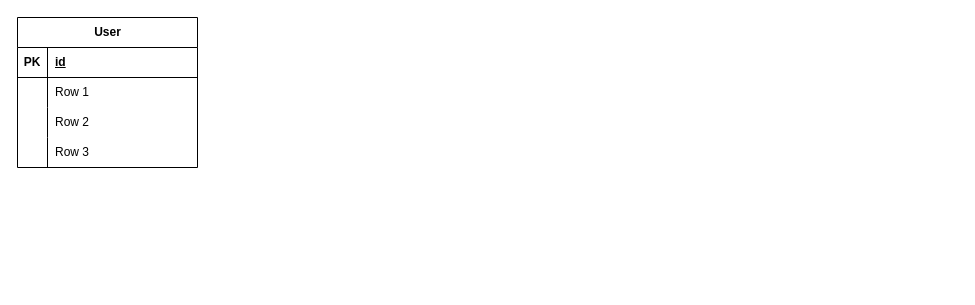
The draw.io diagram backend/blockix-db.drawio in Tamirlan7/blockix-minecraft, before the edit. Source tidied: cells renumbered, new cells numbered last; positions are measured from the earlier drawing's top-left corner, leaving out a move shared by most shapes. Both pictures are drawn from the tidied source at 100%, with x=0, y=0 at pixel (17, 17).
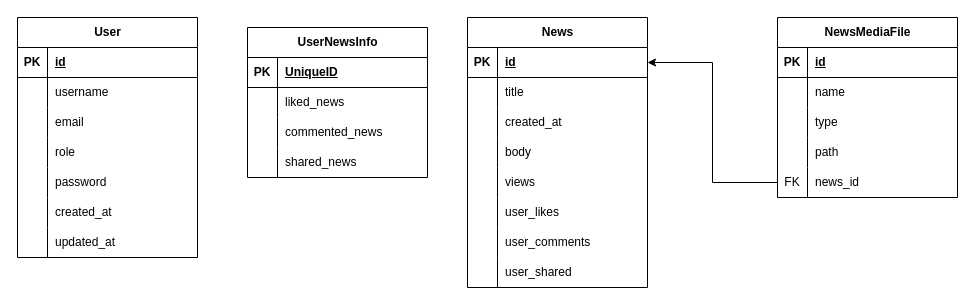
The same page after the edit.

Commit message (it also covers changes not shown here):
news section developing #2 {backend update}

Unchanged cells that the change refers to:
```xml
<mxCell id="6" style="shape=tableRow;horizontal=0;startSize=0;swimlaneHead=0;swimlaneBody=0;fillColor=none;top=0;left=0;right=0;bottom=0;" parent="2" vertex="1">
  <mxGeometry y="60" width="180" height="30" as="geometry" />
</mxCell>
<mxCell id="9" style="shape=tableRow;horizontal=0;startSize=0;swimlaneHead=0;swimlaneBody=0;fillColor=none;top=0;left=0;right=0;bottom=0;" parent="2" vertex="1">
  <mxGeometry y="90" width="180" height="30" as="geometry" />
</mxCell>
<mxCell id="12" style="shape=tableRow;horizontal=0;startSize=0;swimlaneHead=0;swimlaneBody=0;fillColor=none;top=0;left=0;right=0;bottom=0;" parent="2" vertex="1">
  <mxGeometry y="120" width="180" height="30" as="geometry" />
</mxCell>
```

What changed in the source:
```diff
@@
     <mxCell id="2" value="User" style="shape=table;startSize=30;childLayout=tableLayout;rowLines=0;fontStyle=1;align=center;html=1;" parent="1" vertex="1">
-      <mxGeometry width="180" height="150" as="geometry" />
+      <mxGeometry width="180" height="240" as="geometry" />
     </mxCell>
@@
-    <mxCell id="8" value="Row 1" style="shape=partialRectangle;fillColor=none;top=0;left=0;bottom=0;right=0;align=left;spacingLeft=6;overflow=hidden;whiteSpace=wrap;html=1;" parent="6" vertex="1">
+    <mxCell id="8" value="username&lt;span style=&quot;white-space: pre;&quot;&gt;&#9;&lt;/span&gt;" style="shape=partialRectangle;fillColor=none;top=0;left=0;bottom=0;right=0;align=left;spacingLeft=6;overflow=hidden;whiteSpace=wrap;html=1;" parent="6" vertex="1">
       <mxGeometry x="30" width="150" height="30" as="geometry" />
     </mxCell>
@@
-    <mxCell id="11" value="Row 2" style="shape=partialRectangle;fillColor=none;top=0;left=0;bottom=0;right=0;align=left;spacingLeft=6;overflow=hidden;whiteSpace=wrap;html=1;" parent="9" vertex="1">
+    <mxCell id="11" value="email" style="shape=partialRectangle;fillColor=none;top=0;left=0;bottom=0;right=0;align=left;spacingLeft=6;overflow=hidden;whiteSpace=wrap;html=1;" parent="9" vertex="1">
       <mxGeometry x="30" width="150" height="30" as="geometry" />
     </mxCell>
@@
-    <mxCell id="14" value="Row 3" style="shape=partialRectangle;fillColor=none;top=0;left=0;bottom=0;right=0;align=left;spacingLeft=6;overflow=hidden;whiteSpace=wrap;html=1;" parent="12" vertex="1">
+    <mxCell id="14" value="role" style="shape=partialRectangle;fillColor=none;top=0;left=0;bottom=0;right=0;align=left;spacingLeft=6;overflow=hidden;whiteSpace=wrap;html=1;" parent="12" vertex="1">
       <mxGeometry x="30" width="150" height="30" as="geometry" />
     </mxCell>
+    <mxCell id="15" style="shape=tableRow;horizontal=0;startSize=0;swimlaneHead=0;swimlaneBody=0;fillColor=none;top=0;left=0;right=0;bottom=0;" parent="2" vertex="1">
+      <mxGeometry y="150" width="180" height="30" as="geometry" />
+    </mxCell>
+    <mxCell id="16" style="shape=partialRectangle;fillColor=none;top=0;left=0;bottom=0;right=0;overflow=hidden;whiteSpace=wrap;html=1;" parent="15" vertex="1">
+      <mxGeometry width="30" height="30" as="geometry" />
+    </mxCell>
+    <mxCell id="17" value="password" style="shape=partialRectangle;fillColor=none;top=0;left=0;bottom=0;right=0;align=left;spacingLeft=6;overflow=hidden;whiteSpace=wrap;html=1;" parent="15" vertex="1">
+      <mxGeometry x="30" width="150" height="30" as="geometry" />
+    </mxCell>
+    <mxCell id="18" style="shape=tableRow;horizontal=0;startSize=0;swimlaneHead=0;swimlaneBody=0;fillColor=none;top=0;left=0;right=0;bottom=0;" parent="2" vertex="1">
+      <mxGeometry y="180" width="180" height="30" as="geometry" />
+    </mxCell>
+    <mxCell id="19" style="shape=partialRectangle;fillColor=none;top=0;left=0;bottom=0;right=0;overflow=hidden;whiteSpace=wrap;html=1;" parent="18" vertex="1">
+      <mxGeometry width="30" height="30" as="geometry" />
+    </mxCell>
+    <mxCell id="20" value="created_at" style="shape=partialRectangle;fillColor=none;top=0;left=0;bottom=0;right=0;align=left;spacingLeft=6;overflow=hidden;whiteSpace=wrap;html=1;" parent="18" vertex="1">
+      <mxGeometry x="30" width="150" height="30" as="geometry" />
+    </mxCell>
+    <mxCell id="21" style="shape=tableRow;horizontal=0;startSize=0;swimlaneHead=0;swimlaneBody=0;fillColor=none;top=0;left=0;right=0;bottom=0;" parent="2" vertex="1">
+      <mxGeometry y="210" width="180" height="30" as="geometry" />
+    </mxCell>
+    <mxCell id="22" style="shape=partialRectangle;fillColor=none;top=0;left=0;bottom=0;right=0;overflow=hidden;whiteSpace=wrap;html=1;" parent="21" vertex="1">
+      <mxGeometry width="30" height="30" as="geometry" />
+    </mxCell>
+    <mxCell id="23" value="updated_at" style="shape=partialRectangle;fillColor=none;top=0;left=0;bottom=0;right=0;align=left;spacingLeft=6;overflow=hidden;whiteSpace=wrap;html=1;" parent="21" vertex="1">
+      <mxGeometry x="30" width="150" height="30" as="geometry" />
+    </mxCell>
+    <mxCell id="24" value="News" style="shape=table;startSize=30;childLayout=tableLayout;rowLines=0;fontStyle=1;align=center;html=1;" parent="1" vertex="1">
+      <mxGeometry x="450" width="180" height="270" as="geometry" />
+    </mxCell>
+    <mxCell id="25" style="shape=tableRow;horizontal=0;startSize=0;swimlaneHead=0;swimlaneBody=0;fillColor=none;points=[[0,0.5],[1,0.5]];portConstraint=eastwest;top=0;left=0;right=0;bottom=1;" parent="24" vertex="1">
+      <mxGeometry y="30" width="180" height="30" as="geometry" />
+    </mxCell>
+    <mxCell id="26" value="PK" style="shape=partialRectangle;fillColor=none;top=0;left=0;bottom=0;right=0;fontStyle=1;overflow=hidden;whiteSpace=wrap;html=1;" parent="25" vertex="1">
+      <mxGeometry width="30" height="30" as="geometry" />
+    </mxCell>
+    <mxCell id="27" value="id" style="shape=partialRectangle;fillColor=none;top=0;left=0;bottom=0;right=0;align=left;spacingLeft=6;fontStyle=5;overflow=hidden;whiteSpace=wrap;html=1;" parent="25" vertex="1">
+      <mxGeometry x="30" width="150" height="30" as="geometry" />
+    </mxCell>
+    <mxCell id="28" style="shape=tableRow;horizontal=0;startSize=0;swimlaneHead=0;swimlaneBody=0;fillColor=none;top=0;left=0;right=0;bottom=0;" parent="24" vertex="1">
+      <mxGeometry y="60" width="180" height="30" as="geometry" />
+    </mxCell>
+    <mxCell id="29" style="shape=partialRectangle;fillColor=none;top=0;left=0;bottom=0;right=0;overflow=hidden;whiteSpace=wrap;html=1;" parent="28" vertex="1">
+      <mxGeometry width="30" height="30" as="geometry" />
+    </mxCell>
+    <mxCell id="30" value="title" style="shape=partialRectangle;fillColor=none;top=0;left=0;bottom=0;right=0;align=left;spacingLeft=6;overflow=hidden;whiteSpace=wrap;html=1;" parent="28" vertex="1">
+      <mxGeometry x="30" width="150" height="30" as="geometry" />
+    </mxCell>
+    <mxCell id="31" style="shape=tableRow;horizontal=0;startSize=0;swimlaneHead=0;swimlaneBody=0;fillColor=none;top=0;left=0;right=0;bottom=0;" parent="24" vertex="1">
+      <mxGeometry y="90" width="180" height="30" as="geometry" />
+    </mxCell>
+    <mxCell id="32" style="shape=partialRectangle;fillColor=none;top=0;left=0;bottom=0;right=0;overflow=hidden;whiteSpace=wrap;html=1;" parent="31" vertex="1">
+      <mxGeometry width="30" height="30" as="geometry" />
+    </mxCell>
+    <mxCell id="33" value="created_at" style="shape=partialRectangle;fillColor=none;top=0;left=0;bottom=0;right=0;align=left;spacingLeft=6;overflow=hidden;whiteSpace=wrap;html=1;" parent="31" vertex="1">
+      <mxGeometry x="30" width="150" height="30" as="geometry" />
+    </mxCell>
+    <mxCell id="34" style="shape=tableRow;horizontal=0;startSize=0;swimlaneHead=0;swimlaneBody=0;fillColor=none;top=0;left=0;right=0;bottom=0;" parent="24" vertex="1">
+      <mxGeometry y="120" width="180" height="30" as="geometry" />
+    </mxCell>
+    <mxCell id="35" style="shape=partialRectangle;fillColor=none;top=0;left=0;bottom=0;right=0;overflow=hidden;whiteSpace=wrap;html=1;" parent="34" vertex="1">
+      <mxGeometry width="30" height="30" as="geometry" />
+    </mxCell>
+    <mxCell id="36" value="body" style="shape=partialRectangle;fillColor=none;top=0;left=0;bottom=0;right=0;align=left;spacingLeft=6;overflow=hidden;whiteSpace=wrap;html=1;" parent="34" vertex="1">
+      <mxGeometry x="30" width="150" height="30" as="geometry" />
+    </mxCell>
+    <mxCell id="37" style="shape=tableRow;horizontal=0;startSize=0;swimlaneHead=0;swimlaneBody=0;fillColor=none;top=0;left=0;right=0;bottom=0;" parent="24" vertex="1">
+      <mxGeometry y="150" width="180" height="30" as="geometry" />
+    </mxCell>
+    <mxCell id="38" style="shape=partialRectangle;fillColor=none;top=0;left=0;bottom=0;right=0;overflow=hidden;whiteSpace=wrap;html=1;" parent="37" vertex="1">
+      <mxGeometry width="30" height="30" as="geometry" />
+    </mxCell>
+    <mxCell id="39" value="views" style="shape=partialRectangle;fillColor=none;top=0;left=0;bottom=0;right=0;align=left;spacingLeft=6;overflow=hidden;whiteSpace=wrap;html=1;" parent="37" vertex="1">
+      <mxGeometry x="30" width="150" height="30" as="geometry" />
+    </mxCell>
+    <mxCell id="40" style="shape=tableRow;horizontal=0;startSize=0;swimlaneHead=0;swimlaneBody=0;fillColor=none;top=0;left=0;right=0;bottom=0;" parent="24" vertex="1">
+      <mxGeometry y="180" width="180" height="30" as="geometry" />
+    </mxCell>
+    <mxCell id="41" style="shape=partialRectangle;fillColor=none;top=0;left=0;bottom=0;right=0;overflow=hidden;whiteSpace=wrap;html=1;" parent="40" vertex="1">
+      <mxGeometry width="30" height="30" as="geometry" />
+    </mxCell>
+    <mxCell id="42" value="user_likes" style="shape=partialRectangle;fillColor=none;top=0;left=0;bottom=0;right=0;align=left;spacingLeft=6;overflow=hidden;whiteSpace=wrap;html=1;" parent="40" vertex="1">
+      <mxGeometry x="30" width="150" height="30" as="geometry" />
+    </mxCell>
+    <mxCell id="43" style="shape=tableRow;horizontal=0;startSize=0;swimlaneHead=0;swimlaneBody=0;fillColor=none;top=0;left=0;right=0;bottom=0;" parent="24" vertex="1">
+      <mxGeometry y="210" width="180" height="30" as="geometry" />
+    </mxCell>
+    <mxCell id="44" style="shape=partialRectangle;fillColor=none;top=0;left=0;bottom=0;right=0;overflow=hidden;whiteSpace=wrap;html=1;" parent="43" vertex="1">
+      <mxGeometry width="30" height="30" as="geometry" />
+    </mxCell>
+    <mxCell id="45" value="user_comments" style="shape=partialRectangle;fillColor=none;top=0;left=0;bottom=0;right=0;align=left;spacingLeft=6;overflow=hidden;whiteSpace=wrap;html=1;" parent="43" vertex="1">
+      <mxGeometry x="30" width="150" height="30" as="geometry" />
+    </mxCell>
+    <mxCell id="46" style="shape=tableRow;horizontal=0;startSize=0;swimlaneHead=0;swimlaneBody=0;fillColor=none;top=0;left=0;right=0;bottom=0;" parent="24" vertex="1">
+      <mxGeometry y="240" width="180" height="30" as="geometry" />
+    </mxCell>
+    <mxCell id="47" style="shape=partialRectangle;fillColor=none;top=0;left=0;bottom=0;right=0;overflow=hidden;whiteSpace=wrap;html=1;" parent="46" vertex="1">
+      <mxGeometry width="30" height="30" as="geometry" />
+    </mxCell>
+    <mxCell id="48" value="user_shared" style="shape=partialRectangle;fillColor=none;top=0;left=0;bottom=0;right=0;align=left;spacingLeft=6;overflow=hidden;whiteSpace=wrap;html=1;" parent="46" vertex="1">
+      <mxGeometry x="30" width="150" height="30" as="geometry" />
+    </mxCell>
+    <mxCell id="49" value="NewsMediaFile" style="shape=table;startSize=30;childLayout=tableLayout;rowLines=0;fontStyle=1;align=center;html=1;" parent="1" vertex="1">
+      <mxGeometry x="760" width="180" height="180" as="geometry" />
+    </mxCell>
+    <mxCell id="50" style="shape=tableRow;horizontal=0;startSize=0;swimlaneHead=0;swimlaneBody=0;fillColor=none;top=0;left=0;right=0;bottom=1;" parent="49" vertex="1">
+      <mxGeometry y="30" width="180" height="30" as="geometry" />
+    </mxCell>
+    <mxCell id="51" value="PK" style="shape=partialRectangle;fillColor=none;top=0;left=0;bottom=0;right=0;fontStyle=1;overflow=hidden;whiteSpace=wrap;html=1;" parent="50" vertex="1">
+      <mxGeometry width="30" height="30" as="geometry" />
+    </mxCell>
+    <mxCell id="52" value="id" style="shape=partialRectangle;fillColor=none;top=0;left=0;bottom=0;right=0;align=left;spacingLeft=6;fontStyle=5;overflow=hidden;whiteSpace=wrap;html=1;" parent="50" vertex="1">
+      <mxGeometry x="30" width="150" height="30" as="geometry" />
+    </mxCell>
+    <mxCell id="53" style="shape=tableRow;horizontal=0;startSize=0;swimlaneHead=0;swimlaneBody=0;fillColor=none;top=0;left=0;right=0;bottom=0;" parent="49" vertex="1">
+      <mxGeometry y="60" width="180" height="30" as="geometry" />
+    </mxCell>
+    <mxCell id="54" style="shape=partialRectangle;fillColor=none;top=0;left=0;bottom=0;right=0;overflow=hidden;whiteSpace=wrap;html=1;" parent="53" vertex="1">
+      <mxGeometry width="30" height="30" as="geometry" />
+    </mxCell>
+    <mxCell id="55" value="name" style="shape=partialRectangle;fillColor=none;top=0;left=0;bottom=0;right=0;align=left;spacingLeft=6;overflow=hidden;whiteSpace=wrap;html=1;" parent="53" vertex="1">
+      <mxGeometry x="30" width="150" height="30" as="geometry" />
+    </mxCell>
+    <mxCell id="56" style="shape=tableRow;horizontal=0;startSize=0;swimlaneHead=0;swimlaneBody=0;fillColor=none;top=0;left=0;right=0;bottom=0;" parent="49" vertex="1">
+      <mxGeometry y="90" width="180" height="30" as="geometry" />
+    </mxCell>
+    <mxCell id="57" style="shape=partialRectangle;fillColor=none;top=0;left=0;bottom=0;right=0;overflow=hidden;whiteSpace=wrap;html=1;" parent="56" vertex="1">
+      <mxGeometry width="30" height="30" as="geometry" />
+    </mxCell>
+    <mxCell id="58" value="type" style="shape=partialRectangle;fillColor=none;top=0;left=0;bottom=0;right=0;align=left;spacingLeft=6;overflow=hidden;whiteSpace=wrap;html=1;" parent="56" vertex="1">
+      <mxGeometry x="30" width="150" height="30" as="geometry" />
+    </mxCell>
+    <mxCell id="59" style="shape=tableRow;horizontal=0;startSize=0;swimlaneHead=0;swimlaneBody=0;fillColor=none;top=0;left=0;right=0;bottom=0;" parent="49" vertex="1">
+      <mxGeometry y="120" width="180" height="30" as="geometry" />
+    </mxCell>
+    <mxCell id="60" style="shape=partialRectangle;fillColor=none;top=0;left=0;bottom=0;right=0;overflow=hidden;whiteSpace=wrap;html=1;" parent="59" vertex="1">
+      <mxGeometry width="30" height="30" as="geometry" />
+    </mxCell>
+    <mxCell id="61" value="path" style="shape=partialRectangle;fillColor=none;top=0;left=0;bottom=0;right=0;align=left;spacingLeft=6;overflow=hidden;whiteSpace=wrap;html=1;" parent="59" vertex="1">
+      <mxGeometry x="30" width="150" height="30" as="geometry" />
+    </mxCell>
+    <mxCell id="62" style="shape=tableRow;horizontal=0;startSize=0;swimlaneHead=0;swimlaneBody=0;fillColor=none;points=[[0,0.5],[1,0.5]];portConstraint=eastwest;top=0;left=0;right=0;bottom=0;" parent="49" vertex="1">
+      <mxGeometry y="150" width="180" height="30" as="geometry" />
+    </mxCell>
+    <mxCell id="63" value="FK" style="shape=partialRectangle;fillColor=none;top=0;left=0;bottom=0;right=0;overflow=hidden;whiteSpace=wrap;html=1;" parent="62" vertex="1">
+      <mxGeometry width="30" height="30" as="geometry" />
+    </mxCell>
+    <mxCell id="64" value="news_id" style="shape=partialRectangle;fillColor=none;top=0;left=0;bottom=0;right=0;align=left;spacingLeft=6;overflow=hidden;whiteSpace=wrap;html=1;" parent="62" vertex="1">
+      <mxGeometry x="30" width="150" height="30" as="geometry" />
+    </mxCell>
+    <mxCell id="65" style="edgeStyle=orthogonalEdgeStyle;rounded=0;jettySize=auto;html=1;entryX=1;entryY=0.5;entryDx=0;entryDy=0;" parent="1" edge="1" source="62" target="25">
+      <mxGeometry relative="1" as="geometry" />
+    </mxCell>
+    <mxCell id="66" value="UserNewsInfo" style="shape=table;startSize=30;childLayout=tableLayout;rowLines=0;fontStyle=1;align=center;html=1;" parent="1" vertex="1">
+      <mxGeometry x="230" y="10" width="180" height="150" as="geometry" />
+    </mxCell>
+    <mxCell id="67" style="shape=tableRow;horizontal=0;startSize=0;swimlaneHead=0;swimlaneBody=0;fillColor=none;top=0;left=0;right=0;bottom=1;" parent="66" vertex="1">
+      <mxGeometry y="30" width="180" height="30" as="geometry" />
+    </mxCell>
+    <mxCell id="68" value="PK" style="shape=partialRectangle;fillColor=none;top=0;left=0;bottom=0;right=0;fontStyle=1;overflow=hidden;whiteSpace=wrap;html=1;" parent="67" vertex="1">
+      <mxGeometry width="30" height="30" as="geometry" />
+    </mxCell>
+    <mxCell id="69" value="UniqueID" style="shape=partialRectangle;fillColor=none;top=0;left=0;bottom=0;right=0;align=left;spacingLeft=6;fontStyle=5;overflow=hidden;whiteSpace=wrap;html=1;" parent="67" vertex="1">
+      <mxGeometry x="30" width="150" height="30" as="geometry" />
+    </mxCell>
+    <mxCell id="70" style="shape=tableRow;horizontal=0;startSize=0;swimlaneHead=0;swimlaneBody=0;fillColor=none;top=0;left=0;right=0;bottom=0;" parent="66" vertex="1">
+      <mxGeometry y="60" width="180" height="30" as="geometry" />
+    </mxCell>
+    <mxCell id="71" style="shape=partialRectangle;fillColor=none;top=0;left=0;bottom=0;right=0;overflow=hidden;whiteSpace=wrap;html=1;" parent="70" vertex="1">
+      <mxGeometry width="30" height="30" as="geometry" />
+    </mxCell>
+    <mxCell id="72" value="liked_news" style="shape=partialRectangle;fillColor=none;top=0;left=0;bottom=0;right=0;align=left;spacingLeft=6;overflow=hidden;whiteSpace=wrap;html=1;" parent="70" vertex="1">
+      <mxGeometry x="30" width="150" height="30" as="geometry" />
+    </mxCell>
+    <mxCell id="73" style="shape=tableRow;horizontal=0;startSize=0;swimlaneHead=0;swimlaneBody=0;fillColor=none;top=0;left=0;right=0;bottom=0;" parent="66" vertex="1">
+      <mxGeometry y="90" width="180" height="30" as="geometry" />
+    </mxCell>
+    <mxCell id="74" style="shape=partialRectangle;fillColor=none;top=0;left=0;bottom=0;right=0;overflow=hidden;whiteSpace=wrap;html=1;" parent="73" vertex="1">
+      <mxGeometry width="30" height="30" as="geometry" />
+    </mxCell>
+    <mxCell id="75" value="commented_news" style="shape=partialRectangle;fillColor=none;top=0;left=0;bottom=0;right=0;align=left;spacingLeft=6;overflow=hidden;whiteSpace=wrap;html=1;" parent="73" vertex="1">
+      <mxGeometry x="30" width="150" height="30" as="geometry" />
+    </mxCell>
+    <mxCell id="76" style="shape=tableRow;horizontal=0;startSize=0;swimlaneHead=0;swimlaneBody=0;fillColor=none;top=0;left=0;right=0;bottom=0;" parent="66" vertex="1">
+      <mxGeometry y="120" width="180" height="30" as="geometry" />
+    </mxCell>
+    <mxCell id="77" style="shape=partialRectangle;fillColor=none;top=0;left=0;bottom=0;right=0;overflow=hidden;whiteSpace=wrap;html=1;" parent="76" vertex="1">
+      <mxGeometry width="30" height="30" as="geometry" />
+    </mxCell>
+    <mxCell id="78" value="shared_news" style="shape=partialRectangle;fillColor=none;top=0;left=0;bottom=0;right=0;align=left;spacingLeft=6;overflow=hidden;whiteSpace=wrap;html=1;" parent="76" vertex="1">
+      <mxGeometry x="30" width="150" height="30" as="geometry" />
+    </mxCell>
```
